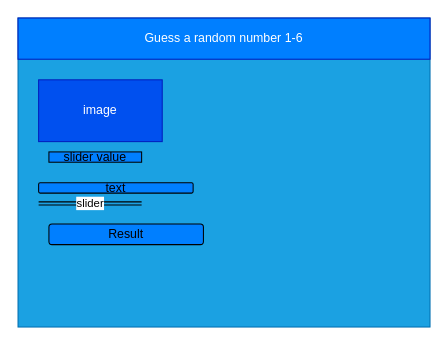
Before: design/story-board.drawio in Allen-Li-hub/ICS2O-Unit5-06-HTML, a draw.io diagram. Source tidied: cells renumbered, new cells numbered last; positions are measured from the earlier drawing's top-left corner, leaving out a move shared by most shapes. Both pictures are drawn from the tidied source at 103%, with x=0, y=0 at pixel (18, 18).
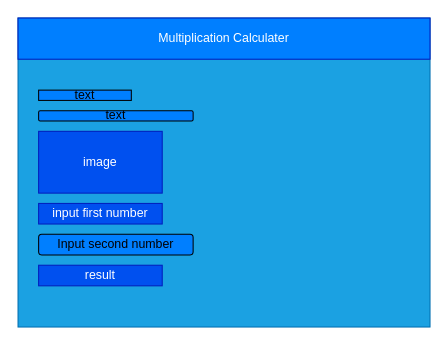
Above is the later version.

Change to the diagram source:
```diff
@@
 <mxGraphModel>
   <root>
     <mxCell id="0" />
     <mxCell id="1" parent="0" />
     <mxCell id="2" style="rounded=0;whiteSpace=wrap;html=1;fillColor=#1ba1e2;fontColor=#ffffff;strokeColor=#006EAF;" parent="1" vertex="1">
       <mxGeometry width="400" height="300" as="geometry" />
     </mxCell>
-    <mxCell id="3" value="Guess a random number 1-6" style="rounded=0;whiteSpace=wrap;html=1;fillColor=#007FFF;fontColor=#ffffff;strokeColor=#001DBC;" parent="1" vertex="1">
+    <mxCell id="3" value="Multiplication Calculater" style="rounded=0;whiteSpace=wrap;html=1;fillColor=#007FFF;fontColor=#ffffff;strokeColor=#001DBC;" parent="1" vertex="1">
       <mxGeometry width="400" height="40" as="geometry" />
     </mxCell>
     <mxCell id="4" value="image" style="rounded=0;whiteSpace=wrap;html=1;fillColor=#0050ef;fontColor=#ffffff;strokeColor=#001DBC;" parent="1" vertex="1">
-      <mxGeometry x="20" y="60" width="120" height="60" as="geometry" />
+      <mxGeometry x="20" y="110" width="120" height="60" as="geometry" />
     </mxCell>
-    <mxCell id="5" value="slider value" style="rounded=0;whiteSpace=wrap;html=1;fillColor=#007FFF;" parent="1" vertex="1">
-      <mxGeometry x="30" y="130" width="90" height="10" as="geometry" />
+    <mxCell id="5" value="text" style="rounded=0;whiteSpace=wrap;html=1;fillColor=#007FFF;" parent="1" vertex="1">
+      <mxGeometry x="20" y="70" width="90" height="10" as="geometry" />
     </mxCell>
-    <mxCell id="6" value="slider" style="shape=link;html=1;width=3;" parent="1" edge="1">
-      <mxGeometry relative="1" as="geometry">
-        <mxPoint x="20" y="180" as="sourcePoint" />
-        <mxPoint x="120" y="180" as="targetPoint" />
-      </mxGeometry>
-    </mxCell>
-    <mxCell id="7" value="Result" style="rounded=1;whiteSpace=wrap;html=1;fillColor=#007FFF;" parent="1" vertex="1">
-      <mxGeometry x="30" y="200" width="150" height="20" as="geometry" />
+    <mxCell id="7" value="Input second number" style="rounded=1;whiteSpace=wrap;html=1;fillColor=#007FFF;" parent="1" vertex="1">
+      <mxGeometry x="20" y="210" width="150" height="20" as="geometry" />
     </mxCell>
     <mxCell id="8" value="text" style="rounded=1;whiteSpace=wrap;html=1;fillColor=#007FFF;" parent="1" vertex="1">
-      <mxGeometry x="20" y="160" width="150" height="10" as="geometry" />
+      <mxGeometry x="20" y="90" width="150" height="10" as="geometry" />
     </mxCell>
+    <mxCell id="9" value="input first number" style="rounded=0;whiteSpace=wrap;html=1;fillColor=#0050ef;fontColor=#ffffff;strokeColor=#001DBC;" parent="1" vertex="1">
+      <mxGeometry x="20" y="180" width="120" height="20" as="geometry" />
+    </mxCell>
+    <mxCell id="10" value="result" style="rounded=0;whiteSpace=wrap;html=1;fillColor=#0050ef;fontColor=#ffffff;strokeColor=#001DBC;" parent="1" vertex="1">
+      <mxGeometry x="20" y="240" width="120" height="20" as="geometry" />
+    </mxCell>
   </root>
 </mxGraphModel>
```
